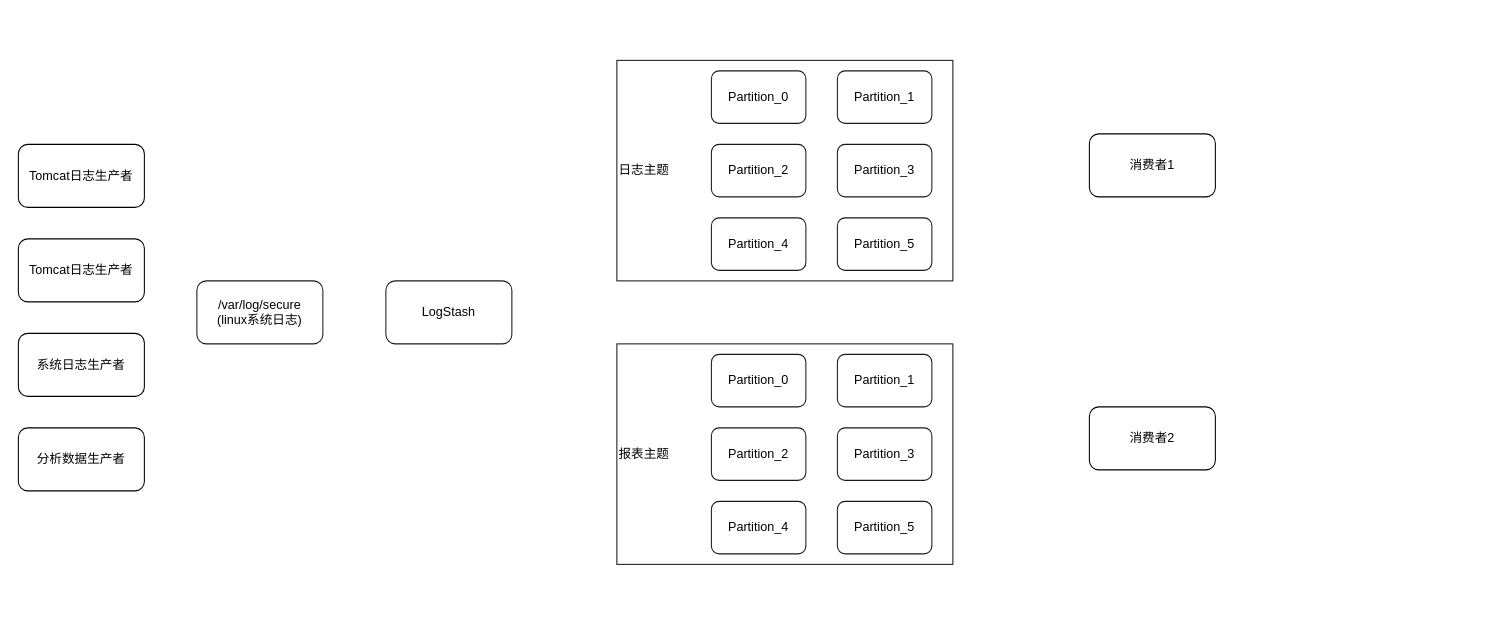
Before: space/Kafka ELK.drawio in lewinlee/draw.io, a draw.io diagram. Source tidied: cells renumbered, new cells numbered last; positions are measured from the earlier drawing's top-left corner, leaving out a move shared by most shapes. Both pictures are drawn from the tidied source at 105%, with x=0, y=0 at pixel (18, 60).
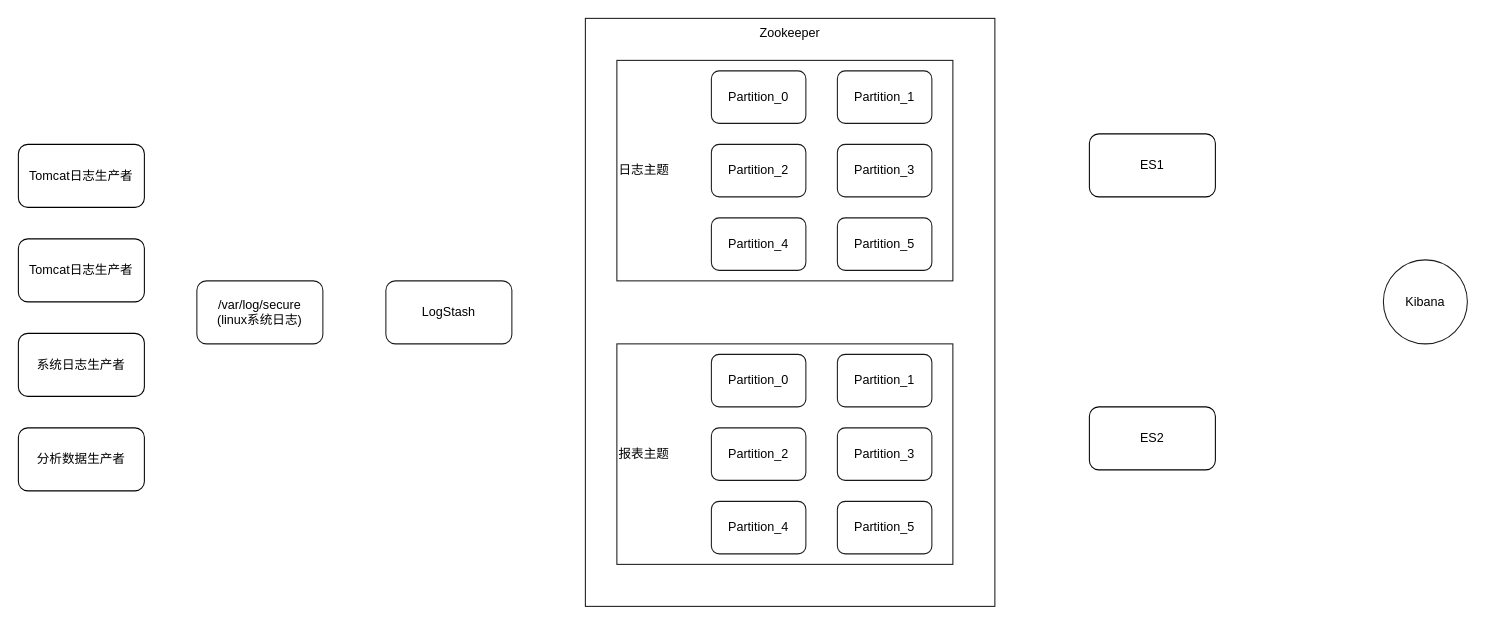
The same diagram, later.

What changed in the source:
```diff
@@
+    <mxCell id="24" value="Zookeeper" style="rounded=0;whiteSpace=wrap;html=1;opacity=90;align=center;verticalAlign=top;" parent="1" vertex="1">
+      <mxGeometry x="540" y="-40" width="390" height="560" as="geometry" />
+    </mxCell>
@@
-    <mxCell id="6" value="消费者1" style="rounded=1;whiteSpace=wrap;html=1;" parent="1" vertex="1">
+    <mxCell id="6" value="ES1" style="rounded=1;whiteSpace=wrap;html=1;" parent="1" vertex="1">
       <mxGeometry x="1020" y="70" width="120" height="60" as="geometry" />
     </mxCell>
-    <mxCell id="7" value="消费者2" style="rounded=1;whiteSpace=wrap;html=1;" parent="1" vertex="1">
+    <mxCell id="7" value="ES2" style="rounded=1;whiteSpace=wrap;html=1;" parent="1" vertex="1">
       <mxGeometry x="1020" y="330" width="120" height="60" as="geometry" />
     </mxCell>
@@
+    <mxCell id="25" value="Kibana" style="ellipse;whiteSpace=wrap;html=1;opacity=90;align=center;" parent="1" vertex="1">
+      <mxGeometry x="1300" y="190" width="80" height="80" as="geometry" />
+    </mxCell>
```
